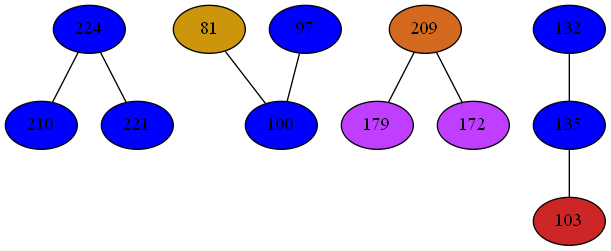
Above: Compiler/33phiGraph.png in mbajaj92/Project-Astoria (Graphviz), before the change. Its source is kept beside it as Compiler/33phiGraph.dot.
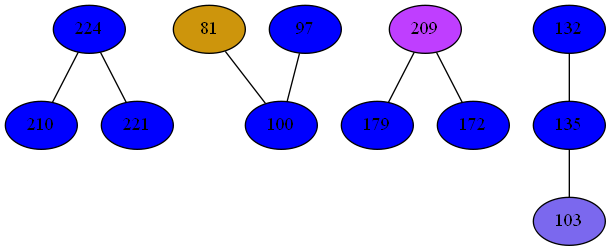
After the commit.

The edit, as a diff of the source:
```diff
@@ -6,12 +6,12 @@
 81 -- 100
 97[label="97" style=filled fillcolor="blue1"];
 97 -- 100
-209[label="209" style=filled fillcolor="chocolate"];
+209[label="209" style=filled fillcolor="darkorchid1"];
 209 -- 179
 209 -- 172
 210[label="210" style=filled fillcolor="blue1"];
 210 -- 224
-179[label="179" style=filled fillcolor="darkorchid1"];
+179[label="179" style=filled fillcolor="blue1"];
 179 -- 209
 100[label="100" style=filled fillcolor="blue1"];
 100 -- 81
@@ -21,9 +21,9 @@
 135[label="135" style=filled fillcolor="blue1"];
 135 -- 132
 135 -- 103
-103[label="103" style=filled fillcolor="firebrick3"];
+103[label="103" style=filled fillcolor="mediumslateblue"];
 103 -- 135
-172[label="172" style=filled fillcolor="darkorchid1"];
+172[label="172" style=filled fillcolor="blue1"];
 172 -- 209
 221[label="221" style=filled fillcolor="blue1"];
 221 -- 224
```
